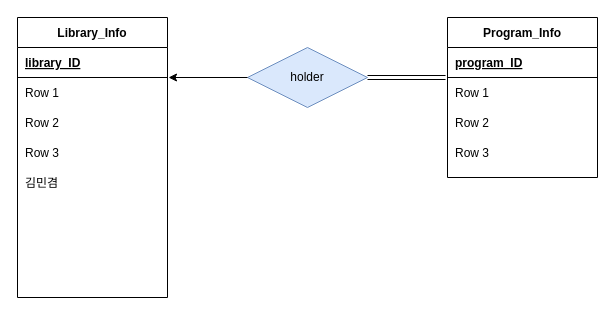
The draw.io diagram diagram/Untitled Diagram.drawio in 39dll/db, before the edit. Source tidied: cells renumbered, new cells numbered last; positions are measured from the earlier drawing's top-left corner, leaving out a move shared by most shapes. Both pictures are drawn from the tidied source at 100%, with x=0, y=0 at pixel (17, 17).
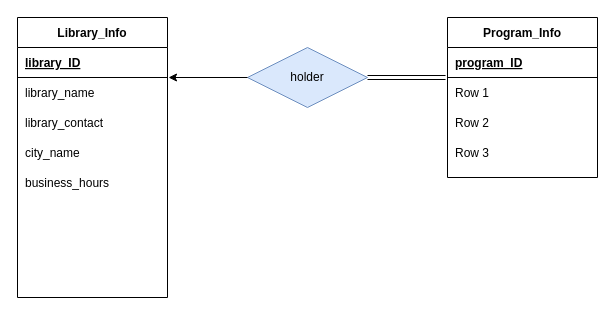
The same diagram, later.

The change refers to these unchanged cells:
```xml
<mxCell id="5" style="shape=partialRectangle;fillColor=none;top=0;left=0;bottom=0;right=0;points=[[0,0.5],[1,0.5]];portConstraint=eastwest;" parent="2" vertex="1">
  <mxGeometry y="60" width="150" height="30" as="geometry" />
</mxCell>
<mxCell id="7" style="shape=partialRectangle;fillColor=none;top=0;left=0;bottom=0;right=0;" parent="2" vertex="1">
  <mxGeometry y="90" width="150" height="30" as="geometry" />
</mxCell>
<mxCell id="9" style="shape=partialRectangle;fillColor=none;top=0;left=0;bottom=0;right=0;" parent="2" vertex="1">
  <mxGeometry y="120" width="150" height="30" as="geometry" />
</mxCell>
<mxCell id="11" style="shape=partialRectangle;fillColor=none;top=0;left=0;bottom=0;right=0;" parent="2" vertex="1">
  <mxGeometry y="150" width="150" height="30" as="geometry" />
</mxCell>
```

What changed in the source:
```diff
@@
-    <mxCell id="6" value="Row 1" style="shape=partialRectangle;fillColor=none;top=0;left=0;bottom=0;right=0;align=left;spacingLeft=6;overflow=hidden;" parent="5" vertex="1">
+    <mxCell id="6" value="library_name" style="shape=partialRectangle;fillColor=none;top=0;left=0;bottom=0;right=0;align=left;spacingLeft=6;overflow=hidden;" parent="5" vertex="1">
       <mxGeometry width="150" height="30" as="geometry" />
     </mxCell>
@@
-    <mxCell id="8" value="Row 2" style="shape=partialRectangle;fillColor=none;top=0;left=0;bottom=0;right=0;align=left;spacingLeft=6;overflow=hidden;" parent="7" vertex="1">
+    <mxCell id="8" value="library_contact" style="shape=partialRectangle;fillColor=none;top=0;left=0;bottom=0;right=0;align=left;spacingLeft=6;overflow=hidden;" parent="7" vertex="1">
       <mxGeometry width="150" height="30" as="geometry" />
     </mxCell>
@@
-    <mxCell id="10" value="Row 3" style="shape=partialRectangle;fillColor=none;top=0;left=0;bottom=0;right=0;align=left;spacingLeft=6;overflow=hidden;" parent="9" vertex="1">
+    <mxCell id="10" value="city_name" style="shape=partialRectangle;fillColor=none;top=0;left=0;bottom=0;right=0;align=left;spacingLeft=6;overflow=hidden;" parent="9" vertex="1">
       <mxGeometry width="150" height="30" as="geometry" />
     </mxCell>
@@
-    <mxCell id="12" value="김민겸" style="shape=partialRectangle;fillColor=none;top=0;left=0;bottom=0;right=0;align=left;spacingLeft=6;overflow=hidden;" parent="11" vertex="1">
+    <mxCell id="12" value="business_hours" style="shape=partialRectangle;fillColor=none;top=0;left=0;bottom=0;right=0;align=left;spacingLeft=6;overflow=hidden;" parent="11" vertex="1">
       <mxGeometry width="150" height="30" as="geometry" />
     </mxCell>
```
